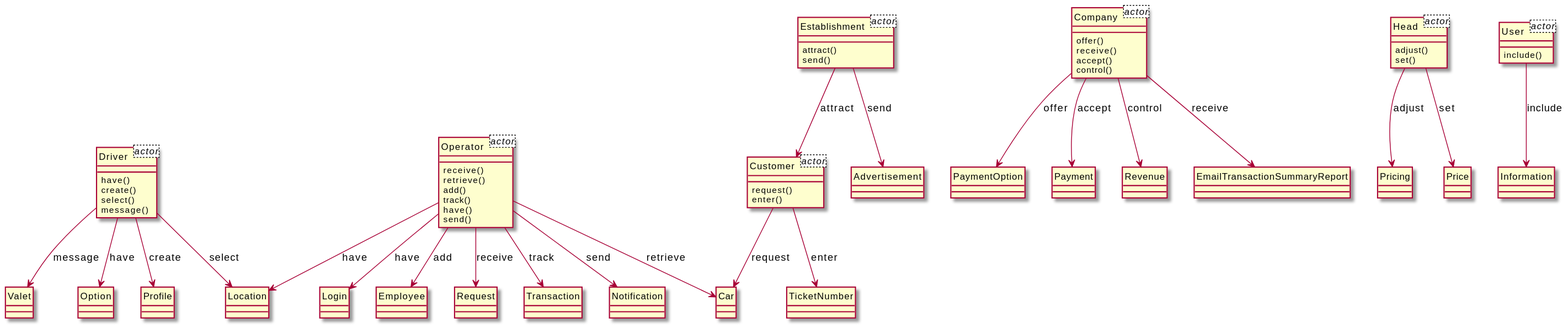
Earlier version of the PlantUML export output/diagram_5/2014-USC-Project03.svg (xixixhalu/DomainModelExtractor). The source it was exported from:
```plantuml
@startuml
hide circle
class Driver<actor> {
}
class Company<actor> {
}
class Establishment<actor> {
}
class Customer<actor> {
}
class Operator<actor> {
}
class Head<actor> {
}
class User<actor> {
}
class Operator {
	receive()
	retrieve()
	add()
	track()
	have()
	send()
}
class Employee {
}
class Location {
}
class Request {
}
class Company {
	offer()
	receive()
	accept()
	control()
}
class PaymentOption {
}
class Transaction {
}
class Head {
	adjust()
	set()
}
class Pricing {
}
class Establishment {
	attract()
	send()
}
class Advertisement {
}
class Driver {
	have()
	create()
	select()
	message()
}
class Profile {
}
class Payment {
}
class Notification {
}
class Valet {
}
class Revenue {
}
class Customer {
	request()
	enter()
}
class TicketNumber {
}
class Price {
}
class Car {
}
class EmailTransactionSummaryReport {
}
class Login {
}
class Option {
}
class User {
	include()
}
class Information {
}
Operator --> Location : have
Driver --> Profile : create
Head --> Price : set
Operator --> Request : receive
Company --> Payment : accept
Operator --> Car : retrieve
Company --> EmailTransactionSummaryReport : receive
Company --> PaymentOption : offer
Establishment --> Advertisement : send
Operator --> Transaction : track
Driver --> Location : select
Operator --> Login : have
Customer --> Car : request
Head --> Pricing : adjust
Driver --> Option : have
Operator --> Notification : send
User --> Information : include
Driver --> Valet : message
Establishment --> Customer : attract
Company --> Revenue : control
Operator --> Employee : add
Customer --> TicketNumber : enter
@enduml
```
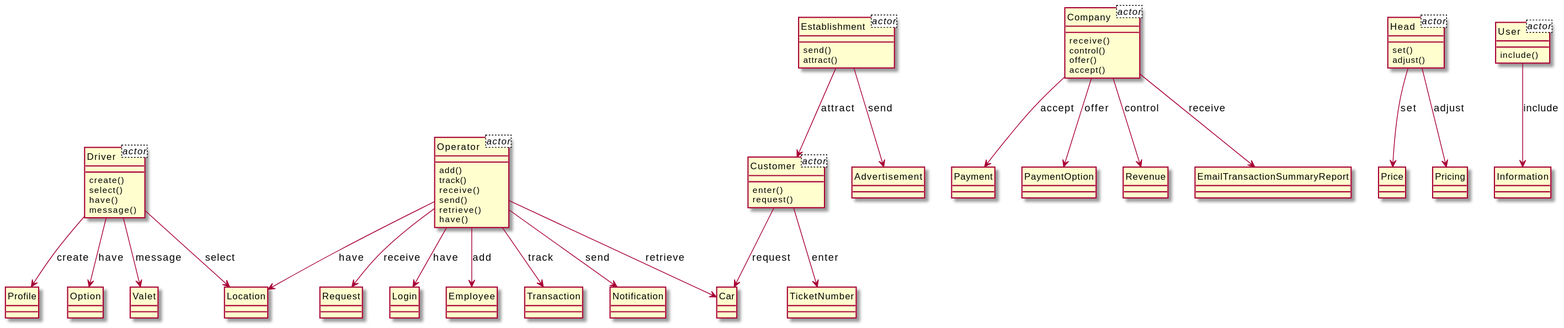
Above is the later version.

What changed in the source:
```diff
@@ -14,99 +14,99 @@
 }
 class User<actor> {
 }
-class Operator {
-	receive()
-	retrieve()
-	add()
-	track()
-	have()
-	send()
+class Head {
+	set()
+	adjust()
 }
-class Employee {
+class Price {
 }
-class Location {
+class Customer {
+	enter()
+	request()
 }
-class Request {
-}
-class Company {
-	offer()
-	receive()
-	accept()
-	control()
-}
-class PaymentOption {
-}
-class Transaction {
-}
-class Head {
-	adjust()
-	set()
-}
-class Pricing {
-}
-class Establishment {
-	attract()
-	send()
-}
-class Advertisement {
+class TicketNumber {
 }
 class Driver {
-	have()
 	create()
 	select()
+	have()
 	message()
 }
 class Profile {
 }
-class Payment {
-}
-class Notification {
-}
-class Valet {
-}
-class Revenue {
-}
-class Customer {
-	request()
-	enter()
-}
-class TicketNumber {
-}
-class Price {
+class Operator {
+	add()
+	track()
+	receive()
+	send()
+	retrieve()
+	have()
 }
 class Car {
 }
-class EmailTransactionSummaryReport {
+class Company {
+	receive()
+	control()
+	offer()
+	accept()
 }
-class Login {
+class Payment {
 }
 class Option {
+}
+class Employee {
+}
+class Establishment {
+	send()
+	attract()
+}
+class Advertisement {
+}
+class Transaction {
 }
 class User {
 	include()
 }
 class Information {
 }
+class Notification {
+}
+class PaymentOption {
+}
+class Valet {
+}
+class Revenue {
+}
+class Location {
+}
+class EmailTransactionSummaryReport {
+}
+class Pricing {
+}
+class Request {
+}
+class Login {
+}
+Operator --> Transaction : track
+Establishment --> Advertisement : send
+Customer --> TicketNumber : enter
+Driver --> Valet : message
+Company --> Revenue : control
+Driver --> Profile : create
 Operator --> Location : have
-Driver --> Profile : create
+Company --> EmailTransactionSummaryReport : receive
+Operator --> Car : retrieve
+Driver --> Option : have
+Operator --> Employee : add
+Head --> Pricing : adjust
+Company --> Payment : accept
+Establishment --> Customer : attract
+Driver --> Location : select
+Operator --> Request : receive
+User --> Information : include
+Operator --> Login : have
+Operator --> Notification : send
+Customer --> Car : request
 Head --> Price : set
-Operator --> Request : receive
-Company --> Payment : accept
-Operator --> Car : retrieve
-Company --> EmailTransactionSummaryReport : receive
 Company --> PaymentOption : offer
-Establishment --> Advertisement : send
-Operator --> Transaction : track
-Driver --> Location : select
-Operator --> Login : have
-Customer --> Car : request
-Head --> Pricing : adjust
-Driver --> Option : have
-Operator --> Notification : send
-User --> Information : include
-Driver --> Valet : message
-Establishment --> Customer : attract
-Company --> Revenue : control
-Operator --> Employee : add
-Customer --> TicketNumber : enter
 @enduml
```
